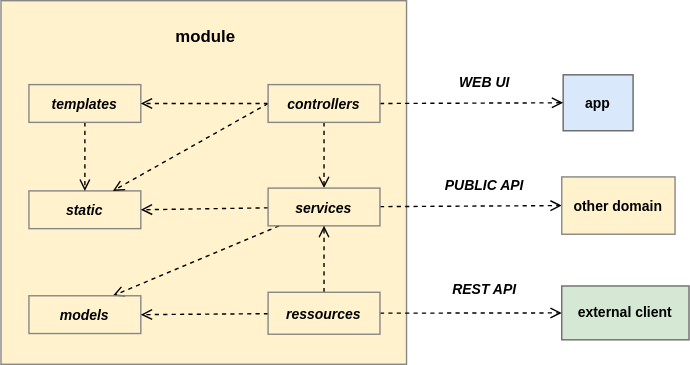
Before: docs/diagrams/pigal_module_structure.drawio.svg, a diagram exported from draw.io (MalcomChumchouaPenda/Pigal-Flask). Source tidied: cells renumbered, new cells last; positions are measured from the earlier drawing's top-left corner, leaving out a move shared by most shapes.
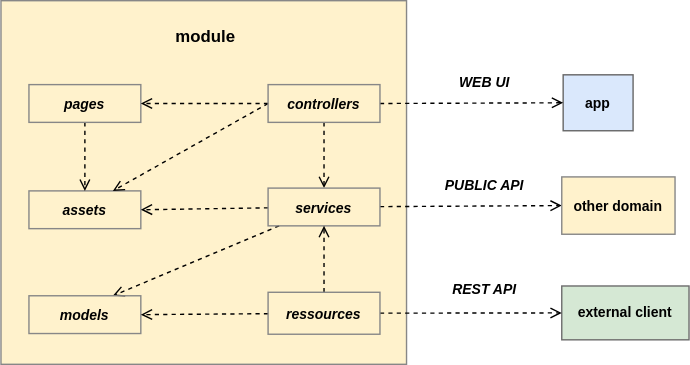
After the commit.

Change to the diagram source:
```diff
@@ -8,13 +8,13 @@
     <mxCell id="3" value="module" style="text;html=1;strokeColor=none;fillColor=none;align=center;verticalAlign=middle;whiteSpace=wrap;rounded=0;fontStyle=1;fontSize=12;" parent="1" vertex="1">
       <mxGeometry x="116" y="11" width="61" height="30" as="geometry" />
     </mxCell>
-    <mxCell id="4" value="static" style="rounded=0;whiteSpace=wrap;html=1;fillColor=none;fontStyle=3;fontSize=10;strokeColor=#878787;strokeWidth=1;flipV=1;" parent="1" vertex="1">
+    <mxCell id="4" value="assets" style="rounded=0;whiteSpace=wrap;html=1;fillColor=none;fontStyle=3;fontSize=10;strokeColor=#878787;strokeWidth=1;flipV=1;" parent="1" vertex="1">
       <mxGeometry x="20" y="136" width="80" height="27" as="geometry" />
     </mxCell>
     <mxCell id="5" style="edgeStyle=none;html=1;entryX=0.5;entryY=0;entryDx=0;entryDy=0;dashed=1;endArrow=open;endFill=0;" parent="1" edge="1" source="6" target="4">
       <mxGeometry relative="1" as="geometry" />
     </mxCell>
-    <mxCell id="6" value="templates" style="rounded=0;whiteSpace=wrap;html=1;fillColor=none;fontStyle=3;fontSize=10;strokeColor=#878787;strokeWidth=1;flipV=1;" parent="1" vertex="1">
+    <mxCell id="6" value="pages" style="rounded=0;whiteSpace=wrap;html=1;fillColor=none;fontStyle=3;fontSize=10;strokeColor=#878787;strokeWidth=1;flipV=1;" parent="1" vertex="1">
       <mxGeometry x="20" y="60" width="80" height="27" as="geometry" />
     </mxCell>
     <mxCell id="7" value="app" style="rounded=0;whiteSpace=wrap;html=1;fillColor=#dae8fc;fontStyle=1;fontSize=10;strokeColor=#666666;strokeWidth=1;" parent="1" vertex="1">
```
